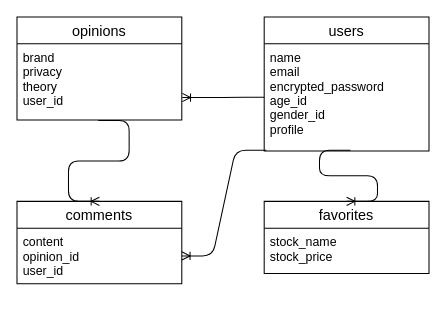
Before: ib.dio in yuri-lily/investment_beginner2, a draw.io diagram. Source tidied: cells renumbered, new cells numbered last; positions are measured from the earlier drawing's top-left corner, leaving out a move shared by most shapes. Both pictures are drawn from the tidied source at 103%, with x=0, y=0 at pixel (16, 16).
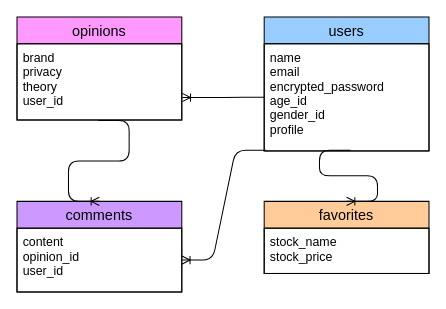
The same page after the edit.

The edit, as a diff of the source:
```diff
@@
-<mxGraphModel>
+<mxGraphModel background="#ffffff">
   <root>
     <mxCell id="0" />
     <mxCell id="1" parent="0" />
-    <mxCell id="2" value="users" style="swimlane;fontStyle=0;horizontal=1;startSize=26;align=center;fontSize=14;" parent="1" vertex="1">
+    <mxCell id="2" value="users" style="swimlane;fontStyle=0;horizontal=1;startSize=26;align=center;fontSize=14;fillColor=#99CCFF;strokeColor=#000000;fontColor=#000000;" parent="1" vertex="1">
       <mxGeometry x="240" width="160" height="130" as="geometry" />
     </mxCell>
-    <mxCell id="3" value="name&#10;email&#10;encrypted_password&#10;age_id&#10;gender_id&#10;profile&#10;" style="text;strokeColor=none;fillColor=none;spacingLeft=4;spacingRight=4;overflow=hidden;points=[[0,0.5],[1,0.5]];portConstraint=eastwest;fontSize=12;" parent="2" vertex="1">
+    <mxCell id="3" value="name&#10;email&#10;encrypted_password&#10;age_id&#10;gender_id&#10;profile&#10;" style="text;strokeColor=#000000;fillColor=none;spacingLeft=4;spacingRight=4;overflow=hidden;points=[[0,0.5],[1,0.5]];portConstraint=eastwest;fontSize=12;fontColor=#000000;" parent="2" vertex="1">
       <mxGeometry y="26" width="160" height="104" as="geometry" />
     </mxCell>
-    <mxCell id="4" value="opinions" style="swimlane;fontStyle=0;horizontal=1;startSize=26;align=center;fontSize=14;" parent="1" vertex="1">
+    <mxCell id="4" value="opinions" style="swimlane;fontStyle=0;horizontal=1;startSize=26;align=center;fontSize=14;fillColor=#FF99FF;strokeColor=#000000;fontColor=#000000;" parent="1" vertex="1">
       <mxGeometry width="160" height="100" as="geometry" />
     </mxCell>
-    <mxCell id="5" value="brand&#10;privacy&#10;theory&#10;user_id" style="text;strokeColor=none;fillColor=none;spacingLeft=4;spacingRight=4;overflow=hidden;points=[[0,0.5],[1,0.5]];portConstraint=eastwest;fontSize=12;" parent="4" vertex="1">
+    <mxCell id="5" value="brand&#10;privacy&#10;theory&#10;user_id" style="text;strokeColor=#000000;fillColor=none;spacingLeft=4;spacingRight=4;overflow=hidden;points=[[0,0.5],[1,0.5]];portConstraint=eastwest;fontSize=12;fontColor=#000000;" parent="4" vertex="1">
       <mxGeometry y="26" width="160" height="74" as="geometry" />
     </mxCell>
-    <mxCell id="6" value="favorites" style="swimlane;fontStyle=0;horizontal=1;startSize=26;align=center;fontSize=14;" parent="1" vertex="1">
+    <mxCell id="6" value="favorites" style="swimlane;fontStyle=0;horizontal=1;startSize=26;align=center;fontSize=14;fillColor=#FFCC99;strokeColor=#000000;fontColor=#000000;" parent="1" vertex="1">
       <mxGeometry x="240" y="179" width="160" height="70" as="geometry" />
     </mxCell>
-    <mxCell id="7" value="stock_name&#10;stock_price&#10;" style="text;strokeColor=none;fillColor=none;spacingLeft=4;spacingRight=4;overflow=hidden;fontSize=12;" parent="6" vertex="1">
+    <mxCell id="7" value="stock_name&#10;stock_price&#10;" style="text;strokeColor=#000000;fillColor=none;spacingLeft=4;spacingRight=4;overflow=hidden;fontSize=12;fontColor=#000000;" parent="6" vertex="1">
       <mxGeometry y="26" width="160" height="44" as="geometry" />
     </mxCell>
-    <mxCell id="8" value="comments" style="swimlane;fontStyle=0;horizontal=1;startSize=26;align=center;fontSize=14;" parent="1" vertex="1">
-      <mxGeometry y="179" width="160" height="80" as="geometry" />
+    <mxCell id="8" value="comments" style="swimlane;fontStyle=0;horizontal=1;startSize=26;align=center;fontSize=14;fillColor=#CC99FF;strokeColor=#000000;fontColor=#000000;" parent="1" vertex="1">
+      <mxGeometry y="179" width="160" height="88" as="geometry" />
     </mxCell>
-    <mxCell id="9" value="content&#10;opinion_id&#10;user_id" style="text;strokeColor=none;fillColor=none;spacingLeft=4;spacingRight=4;overflow=hidden;points=[[0,0.5],[1,0.5]];portConstraint=eastwest;fontSize=12;" parent="8" vertex="1">
-      <mxGeometry y="26" width="160" height="54" as="geometry" />
+    <mxCell id="9" value="content&#10;opinion_id&#10;user_id" style="text;strokeColor=#000000;fillColor=none;spacingLeft=4;spacingRight=4;overflow=hidden;points=[[0,0.5],[1,0.5]];portConstraint=eastwest;fontSize=12;fontColor=#000000;" parent="8" vertex="1">
+      <mxGeometry y="26" width="160" height="62" as="geometry" />
     </mxCell>
-    <mxCell id="10" style="edgeStyle=entityRelationEdgeStyle;fontSize=12;html=1;endArrow=ERoneToMany;exitX=0;exitY=0.5;exitDx=0;exitDy=0;entryX=1.003;entryY=0.705;entryDx=0;entryDy=0;entryPerimeter=0;" parent="1" edge="1" source="3" target="5">
+    <mxCell id="10" style="edgeStyle=entityRelationEdgeStyle;fontSize=12;html=1;endArrow=ERoneToMany;exitX=0;exitY=0.5;exitDx=0;exitDy=0;entryX=1.003;entryY=0.705;entryDx=0;entryDy=0;entryPerimeter=0;strokeColor=#000000;" parent="1" edge="1" source="3" target="5">
       <mxGeometry relative="1" as="geometry" />
     </mxCell>
-    <mxCell id="11" style="edgeStyle=entityRelationEdgeStyle;fontSize=12;html=1;endArrow=ERoneToMany;exitX=0.523;exitY=0.994;exitDx=0;exitDy=0;exitPerimeter=0;entryX=0.5;entryY=0;entryDx=0;entryDy=0;" parent="1" edge="1" source="3" target="6">
+    <mxCell id="11" style="edgeStyle=entityRelationEdgeStyle;fontSize=12;html=1;endArrow=ERoneToMany;exitX=0.523;exitY=0.994;exitDx=0;exitDy=0;exitPerimeter=0;entryX=0.5;entryY=0;entryDx=0;entryDy=0;strokeColor=#000000;" parent="1" edge="1" source="3" target="6">
       <mxGeometry relative="1" as="geometry" />
     </mxCell>
-    <mxCell id="12" style="edgeStyle=entityRelationEdgeStyle;fontSize=12;html=1;endArrow=ERoneToMany;entryX=0.5;entryY=0;entryDx=0;entryDy=0;exitX=0.493;exitY=1.008;exitDx=0;exitDy=0;exitPerimeter=0;" parent="1" edge="1" source="5" target="8">
+    <mxCell id="12" style="edgeStyle=entityRelationEdgeStyle;fontSize=12;html=1;endArrow=ERoneToMany;entryX=0.5;entryY=0;entryDx=0;entryDy=0;exitX=0.493;exitY=1.008;exitDx=0;exitDy=0;exitPerimeter=0;strokeColor=#000000;" parent="1" edge="1" source="5" target="8">
       <mxGeometry relative="1" as="geometry" />
     </mxCell>
-    <mxCell id="13" style="edgeStyle=entityRelationEdgeStyle;fontSize=12;html=1;endArrow=ERoneToMany;entryX=1;entryY=0.5;entryDx=0;entryDy=0;exitX=0.013;exitY=0.994;exitDx=0;exitDy=0;exitPerimeter=0;" parent="1" edge="1" source="3" target="9">
+    <mxCell id="13" style="edgeStyle=entityRelationEdgeStyle;fontSize=12;html=1;endArrow=ERoneToMany;entryX=1;entryY=0.5;entryDx=0;entryDy=0;exitX=0.013;exitY=0.994;exitDx=0;exitDy=0;exitPerimeter=0;strokeColor=#000000;" parent="1" edge="1" source="3" target="9">
       <mxGeometry relative="1" as="geometry" />
     </mxCell>
   </root>
 </mxGraphModel>
```
